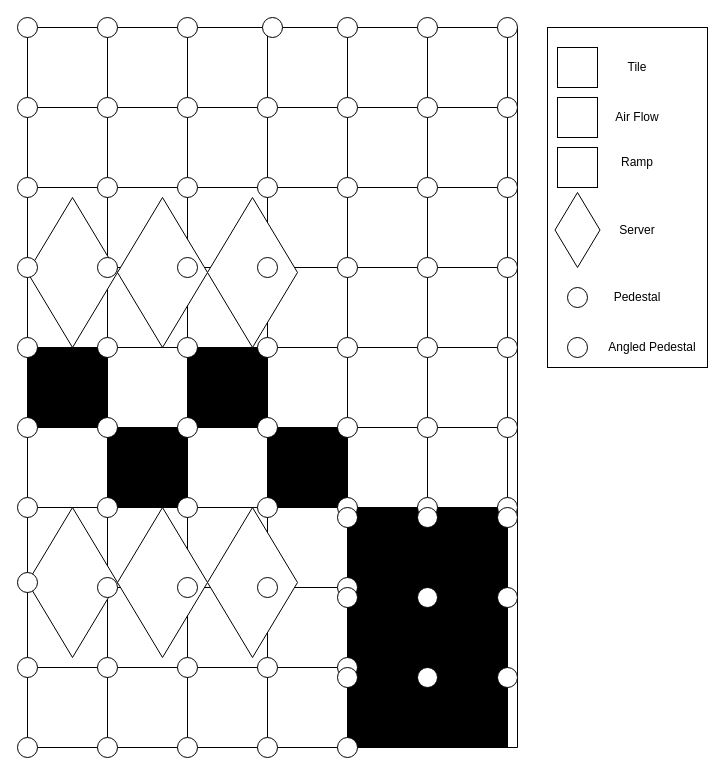
Above: datahall.drawio in zrsolis/01datahall (draw.io), before the change. Source tidied: cells renumbered, new cells numbered last; positions are measured from the earlier drawing's top-left corner, leaving out a move shared by most shapes. Both pictures are drawn from the tidied source at 100%, with x=0, y=0 at pixel (17, 17).
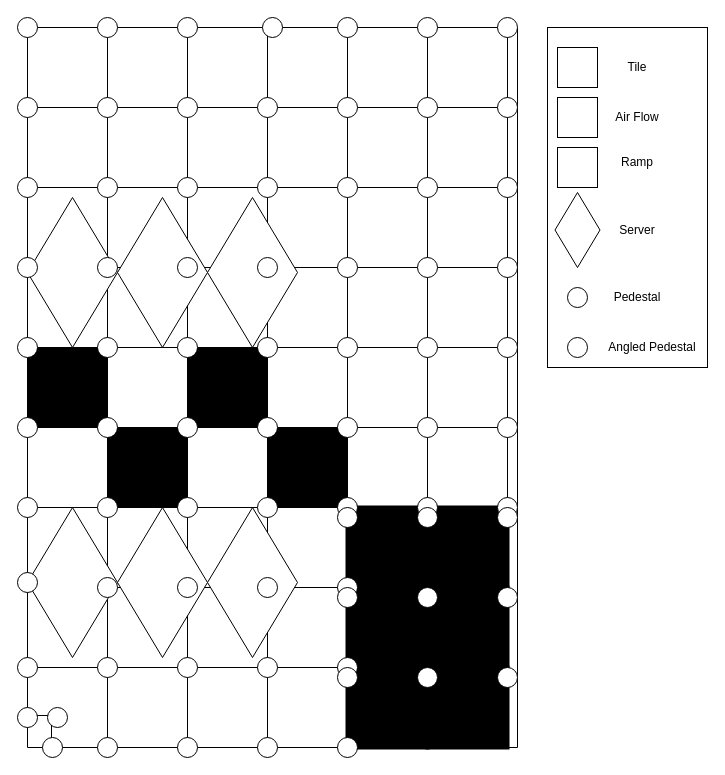
The same page after the edit.

Unchanged cells that the change refers to:
```xml
<mxCell id="4" style="swimlane;startSize=0;" parent="1" vertex="1">
  <mxGeometry x="10" y="10" width="490" height="720" as="geometry" />
</mxCell>
```

Change to the diagram source:
```diff
@@
-    <mxCell id="44" style="whiteSpace=wrap;html=1;fillStyle=cross-hatch;fillColor=light-dark(#FFFFFF,#0000FF);" parent="4" vertex="1">
+    <mxCell id="44" style="whiteSpace=wrap;html=1;fillStyle=cross-hatch;fillColor=light-dark(#FFFFFF,#0000FF);strokeWidth=4;" parent="4" vertex="1">
       <mxGeometry x="320" y="480" width="80" height="80" as="geometry" />
     </mxCell>
-    <mxCell id="45" style="whiteSpace=wrap;html=1;fillStyle=cross-hatch;fillColor=light-dark(#FFFFFF,#636363);" parent="4" vertex="1">
+    <mxCell id="45" style="whiteSpace=wrap;html=1;fillStyle=cross-hatch;fillColor=light-dark(#FFFFFF,#0000FF);strokeWidth=4;" parent="4" vertex="1">
       <mxGeometry x="400" y="480" width="80" height="80" as="geometry" />
     </mxCell>
-    <mxCell id="46" style="whiteSpace=wrap;html=1;fillStyle=cross-hatch;fillColor=light-dark(#FFFFFF,#0000FF);" parent="4" vertex="1">
+    <mxCell id="46" style="whiteSpace=wrap;html=1;fillStyle=cross-hatch;fillColor=light-dark(#FFFFFF,#0000FF);strokeWidth=4;" parent="4" vertex="1">
       <mxGeometry x="320" y="560" width="80" height="80" as="geometry" />
     </mxCell>
-    <mxCell id="47" style="whiteSpace=wrap;html=1;fillStyle=cross-hatch;fillColor=light-dark(#FFFFFF,#0000FF);gradientColor=none;" parent="4" vertex="1">
+    <mxCell id="47" style="whiteSpace=wrap;html=1;fillStyle=cross-hatch;fillColor=light-dark(#FFFFFF,#0000FF);gradientColor=none;strokeWidth=4;" parent="4" vertex="1">
       <mxGeometry x="400" y="560" width="80" height="80" as="geometry" />
     </mxCell>
-    <mxCell id="48" style="whiteSpace=wrap;html=1;fillStyle=cross-hatch;fillColor=light-dark(#FFFFFF,#0000FF);" parent="4" vertex="1">
+    <mxCell id="48" style="whiteSpace=wrap;html=1;fillStyle=cross-hatch;fillColor=light-dark(#FFFFFF,#0000FF);strokeWidth=4;" parent="4" vertex="1">
       <mxGeometry x="320" y="640" width="80" height="80" as="geometry" />
     </mxCell>
-    <mxCell id="49" style="whiteSpace=wrap;html=1;fillStyle=cross-hatch;fillColor=light-dark(#FFFFFF,#0000FF);" parent="4" vertex="1">
+    <mxCell id="49" style="whiteSpace=wrap;html=1;fillStyle=cross-hatch;fillColor=light-dark(#FFFFFF,#0000FF);strokeWidth=4;" parent="4" vertex="1">
       <mxGeometry x="400" y="640" width="80" height="80" as="geometry" />
     </mxCell>
@@
+    <mxCell id="149" style="verticalLabelPosition=bottom;verticalAlign=top;html=1;shape=mxgraph.basic.polygon;polyCoords=[[0,0],[1,0],[1,0.25],[1,0.75],[1,1],[0.3,1],[0.3,0.6],[0,0.6]];polyline=0;fillColor=light-dark(#FFFFFF,#808080);" parent="4" vertex="1">
+      <mxGeometry y="640" width="80" height="80" as="geometry" />
+    </mxCell>
+    <mxCell id="138" style="ellipse;whiteSpace=wrap;html=1;fillColor=light-dark(#FFFFFF,#FF0000);" parent="4" vertex="1">
+      <mxGeometry x="-10" y="680" width="20" height="20" as="geometry" />
+    </mxCell>
+    <mxCell id="150" style="ellipse;whiteSpace=wrap;html=1;fillColor=light-dark(#FFFFFF,#FF0000);" parent="4" vertex="1">
+      <mxGeometry x="20" y="680" width="20" height="20" as="geometry" />
+    </mxCell>
@@
-    <mxCell id="110" style="whiteSpace=wrap;html=1;fillColor=light-dark(#FFFFFF,#808080);" parent="1" vertex="1">
-      <mxGeometry x="10" y="650" width="80" height="80" as="geometry" />
-    </mxCell>
@@
-    <mxCell id="138" style="ellipse;whiteSpace=wrap;html=1;fillColor=light-dark(#FFFFFF,#FF0000);" parent="1" vertex="1">
-      <mxGeometry y="720" width="20" height="20" as="geometry" />
-    </mxCell>
@@
+    <mxCell id="151" style="ellipse;whiteSpace=wrap;html=1;fillColor=light-dark(#FFFFFF,#FF0000);" parent="1" vertex="1">
+      <mxGeometry x="25" y="720" width="20" height="20" as="geometry" />
+    </mxCell>
```
